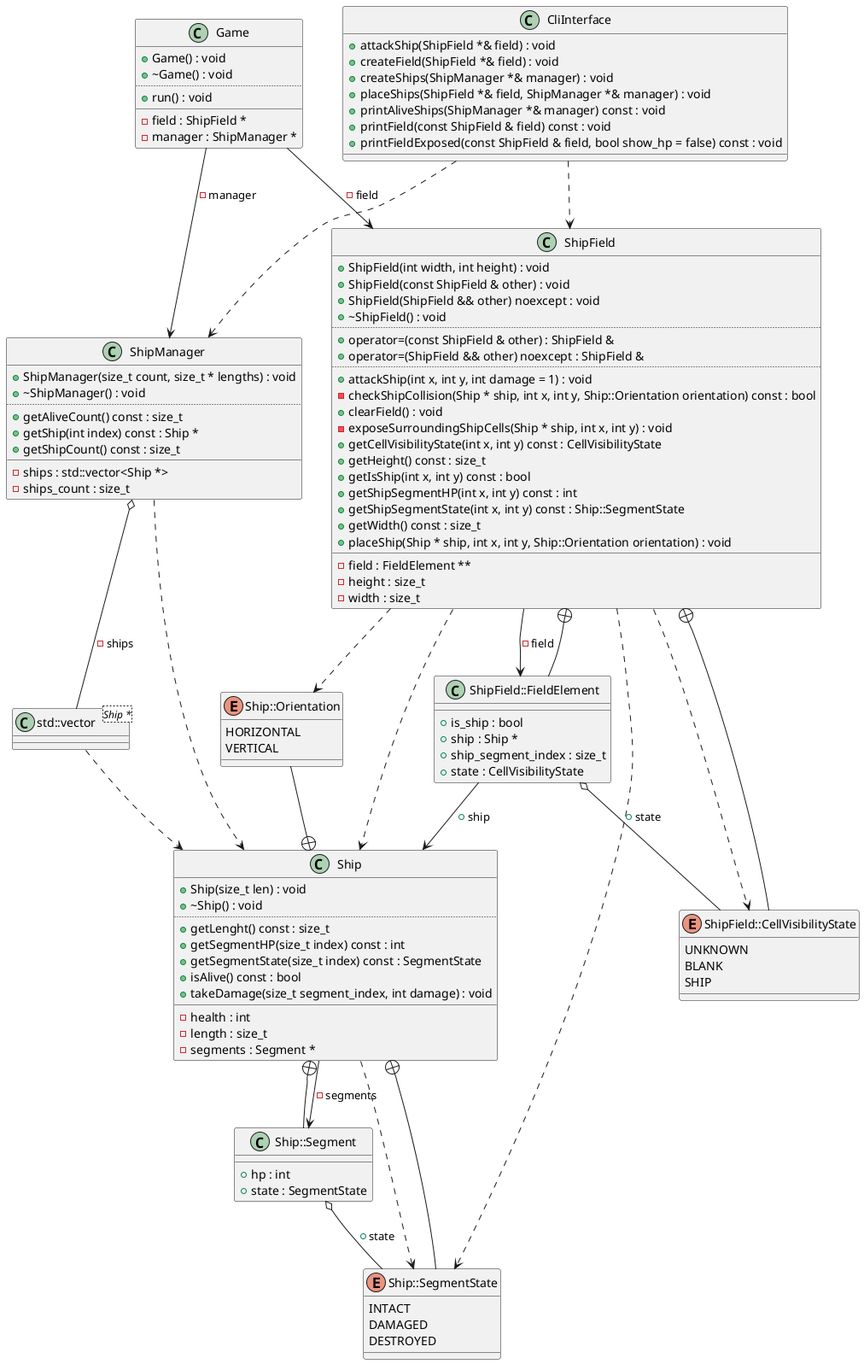
The PlantUML diagram diagrams/Game.png in Rennelv/ships, before a commit.
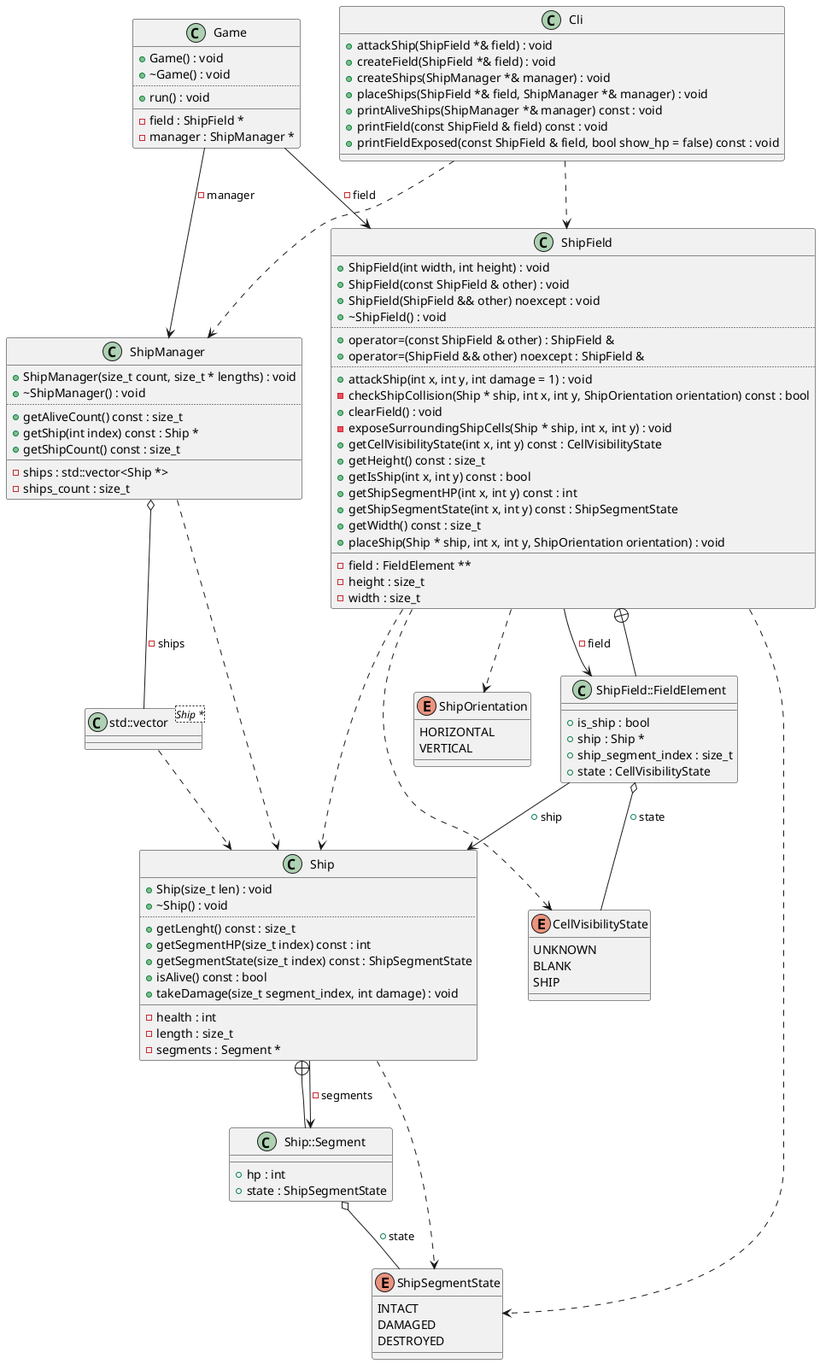
Above is the later version.

What changed in the source:
```diff
@@ -2,6 +2,23 @@
 class "std::vector<Ship *>" as C_0007462257846685508834
 class C_0007462257846685508834 {
 __
+}
+enum "ShipSegmentState" as C_0014256742677139282670
+enum C_0014256742677139282670 {
+INTACT
+DAMAGED
+DESTROYED
+}
+enum "ShipOrientation" as C_0002579181642537833876
+enum C_0002579181642537833876 {
+HORIZONTAL
+VERTICAL
+}
+enum "CellVisibilityState" as C_0003333043679234439357
+enum C_0003333043679234439357 {
+UNKNOWN
+BLANK
+SHIP
 }
 class "Ship" as C_0014529657433315016423
 class C_0014529657433315016423 {
@@ -10,7 +27,7 @@
 ..
 +getLenght() const : size_t
 +getSegmentHP(size_t index) const : int
-+getSegmentState(size_t index) const : SegmentState
++getSegmentState(size_t index) const : ShipSegmentState
 +isAlive() const : bool
 +takeDamage(size_t segment_index, int damage) : void
 __
@@ -18,22 +35,11 @@
 -length : size_t
 -segments : Segment *
 }
-enum "Ship::SegmentState" as C_0016593760204207859148
-enum C_0016593760204207859148 {
-INTACT
-DAMAGED
-DESTROYED
-}
-enum "Ship::Orientation" as C_0015200704647938469073
-enum C_0015200704647938469073 {
-HORIZONTAL
-VERTICAL
-}
 class "Ship::Segment" as C_0000674658759292391449
 class C_0000674658759292391449 {
 __
 +hp : int
-+state : SegmentState
++state : ShipSegmentState
 }
 class "ShipField" as C_0003843296779074973901
 class C_0003843296779074973901 {
@@ -46,26 +52,20 @@
 +operator=(ShipField && other) noexcept : ShipField &
 ..
 +attackShip(int x, int y, int damage = 1) : void
--checkShipCollision(Ship * ship, int x, int y, Ship::Orientation orientation) const : bool
+-checkShipCollision(Ship * ship, int x, int y, ShipOrientation orientation) const : bool
 +clearField() : void
 -exposeSurroundingShipCells(Ship * ship, int x, int y) : void
 +getCellVisibilityState(int x, int y) const : CellVisibilityState
 +getHeight() const : size_t
 +getIsShip(int x, int y) const : bool
 +getShipSegmentHP(int x, int y) const : int
-+getShipSegmentState(int x, int y) const : Ship::SegmentState
++getShipSegmentState(int x, int y) const : ShipSegmentState
 +getWidth() const : size_t
-+placeShip(Ship * ship, int x, int y, Ship::Orientation orientation) : void
++placeShip(Ship * ship, int x, int y, ShipOrientation orientation) : void
 __
 -field : FieldElement **
 -height : size_t
 -width : size_t
-}
-enum "ShipField::CellVisibilityState" as C_0014337503322603405869
-enum C_0014337503322603405869 {
-UNKNOWN
-BLANK
-SHIP
 }
 class "ShipField::FieldElement" as C_0000316359785794417378
 class C_0000316359785794417378 {
@@ -97,8 +97,8 @@
 -field : ShipField *
 -manager : ShipManager *
 }
-class "CliInterface" as C_0005047295129698031663
-class C_0005047295129698031663 {
+class "Cli" as C_0009229322579776335995
+class C_0009229322579776335995 {
 +attackShip(ShipField *& field) : void
 +createField(ShipField *& field) : void
 +createShips(ShipManager *& manager) : void
@@ -109,26 +109,23 @@
 __
 }
 C_0007462257846685508834 ..> C_0014529657433315016423
-C_0014529657433315016423 ..> C_0016593760204207859148
+C_0014529657433315016423 ..> C_0014256742677139282670
 C_0014529657433315016423 --> C_0000674658759292391449 : -segments
-C_0016593760204207859148 --+ C_0014529657433315016423
-C_0015200704647938469073 --+ C_0014529657433315016423
 C_0000674658759292391449 --+ C_0014529657433315016423
-C_0000674658759292391449 o-- C_0016593760204207859148 : +state
+C_0000674658759292391449 o-- C_0014256742677139282670 : +state
 C_0003843296779074973901 ..> C_0014529657433315016423
-C_0003843296779074973901 ..> C_0015200704647938469073
-C_0003843296779074973901 ..> C_0014337503322603405869
-C_0003843296779074973901 ..> C_0016593760204207859148
+C_0003843296779074973901 ..> C_0002579181642537833876
+C_0003843296779074973901 ..> C_0003333043679234439357
+C_0003843296779074973901 ..> C_0014256742677139282670
 C_0003843296779074973901 --> C_0000316359785794417378 : -field
-C_0014337503322603405869 --+ C_0003843296779074973901
 C_0000316359785794417378 --+ C_0003843296779074973901
-C_0000316359785794417378 o-- C_0014337503322603405869 : +state
+C_0000316359785794417378 o-- C_0003333043679234439357 : +state
 C_0000316359785794417378 --> C_0014529657433315016423 : +ship
 C_0017499122254539489506 ..> C_0014529657433315016423
 C_0017499122254539489506 o-- C_0007462257846685508834 : -ships
 C_0017470460303031448044 --> C_0003843296779074973901 : -field
 C_0017470460303031448044 --> C_0017499122254539489506 : -manager
-C_0005047295129698031663 ..> C_0003843296779074973901
-C_0005047295129698031663 ..> C_0017499122254539489506
+C_0009229322579776335995 ..> C_0003843296779074973901
+C_0009229322579776335995 ..> C_0017499122254539489506
 
 @enduml
```
